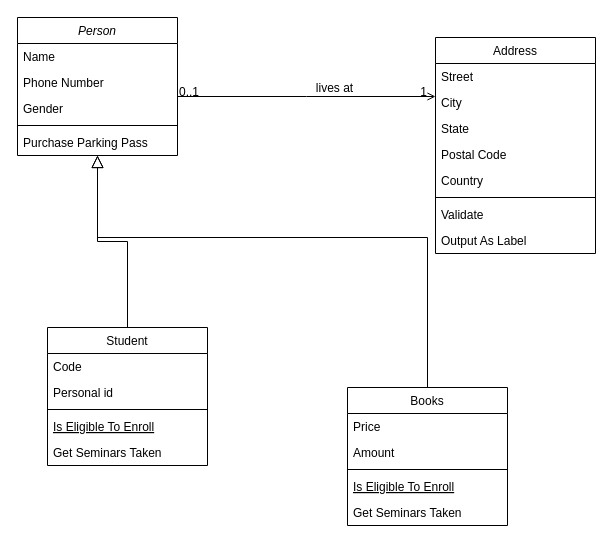
The draw.io diagram Diagrama sem nome.drawio in EagleBl4ck/eagle, before the edit. Source tidied: cells renumbered, new cells numbered last; positions are measured from the earlier drawing's top-left corner, leaving out a move shared by most shapes. Both pictures are drawn from the tidied source at 100%, with x=0, y=0 at pixel (17, 17).
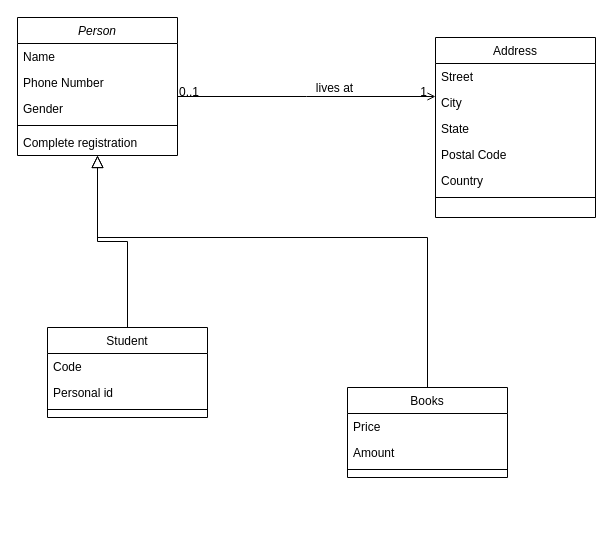
Above is the later version.

Commit message:
projeto finalizado

The change refers to these unchanged cells:
```xml
<mxCell id="2" value="Person" style="swimlane;fontStyle=2;align=center;verticalAlign=top;horizontal=1;startSize=26;rounded=0;shadow=0;strokeWidth=1;" parent="1" vertex="1">
  <mxGeometry width="160" height="138" as="geometry" />
</mxCell>
```

What changed in the source:
```diff
@@
-    <mxCell id="7" value="Purchase Parking Pass" style="text;align=left;verticalAlign=top;spacingLeft=4;spacingRight=4;overflow=hidden;" parent="2" vertex="1">
+    <mxCell id="7" value="Complete registration" style="text;align=left;verticalAlign=top;spacingLeft=4;spacingRight=4;overflow=hidden;" parent="2" vertex="1">
       <mxGeometry y="112" width="160" height="26" as="geometry" />
     </mxCell>
     <mxCell id="8" value="Student" style="swimlane;fontStyle=0;align=center;verticalAlign=top;horizontal=1;startSize=26;rounded=0;shadow=0;strokeWidth=1;" parent="1" vertex="1">
-      <mxGeometry x="30" y="310" width="160" height="138" as="geometry" />
+      <mxGeometry x="30" y="310" width="160" height="90" as="geometry" />
     </mxCell>
@@
-    <mxCell id="12" value="Is Eligible To Enroll" style="text;align=left;verticalAlign=top;spacingLeft=4;spacingRight=4;overflow=hidden;fontStyle=4;" parent="8" vertex="1">
-      <mxGeometry y="86" width="160" height="26" as="geometry" />
-    </mxCell>
-    <mxCell id="13" value="Get Seminars Taken" style="text;align=left;verticalAlign=top;spacingLeft=4;spacingRight=4;overflow=hidden;" parent="8" vertex="1">
-      <mxGeometry y="112" width="160" height="26" as="geometry" />
-    </mxCell>
@@
     <mxCell id="16" value="Address" style="swimlane;fontStyle=0;align=center;verticalAlign=top;horizontal=1;startSize=26;rounded=0;shadow=0;strokeWidth=1;" parent="1" vertex="1">
-      <mxGeometry x="418" y="20" width="160" height="216" as="geometry" />
+      <mxGeometry x="418" y="20" width="160" height="180" as="geometry" />
     </mxCell>
@@
-    <mxCell id="23" value="Validate" style="text;align=left;verticalAlign=top;spacingLeft=4;spacingRight=4;overflow=hidden;" parent="16" vertex="1">
-      <mxGeometry y="164" width="160" height="26" as="geometry" />
-    </mxCell>
-    <mxCell id="24" value="Output As Label" style="text;align=left;verticalAlign=top;spacingLeft=4;spacingRight=4;overflow=hidden;" parent="16" vertex="1">
-      <mxGeometry y="190" width="160" height="26" as="geometry" />
-    </mxCell>
@@
     <mxCell id="29" value="Books" style="swimlane;fontStyle=0;align=center;verticalAlign=top;horizontal=1;startSize=26;rounded=0;shadow=0;strokeWidth=1;" parent="1" vertex="1">
-      <mxGeometry x="330" y="370" width="160" height="138" as="geometry" />
+      <mxGeometry x="330" y="370" width="160" height="90" as="geometry" />
     </mxCell>
@@
-    <mxCell id="33" value="Is Eligible To Enroll" style="text;align=left;verticalAlign=top;spacingLeft=4;spacingRight=4;overflow=hidden;fontStyle=4;" parent="29" vertex="1">
-      <mxGeometry y="86" width="160" height="26" as="geometry" />
-    </mxCell>
-    <mxCell id="34" value="Get Seminars Taken" style="text;align=left;verticalAlign=top;spacingLeft=4;spacingRight=4;overflow=hidden;" parent="29" vertex="1">
-      <mxGeometry y="112" width="160" height="26" as="geometry" />
-    </mxCell>
```
